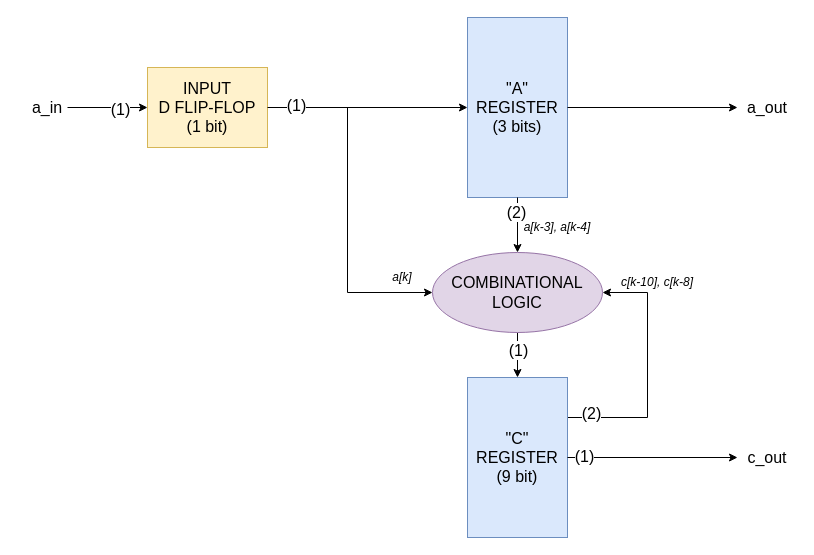
This is docs/diagram.drawio from RiccardoSagramoni/convolutional-code-generator, a draw.io file, before an edit. Source tidied: cells renumbered, new cells numbered last; positions are measured from the earlier drawing's top-left corner, leaving out a move shared by most shapes. Both pictures are drawn from the tidied source at 100%, with x=0, y=0 at pixel (17, 17).
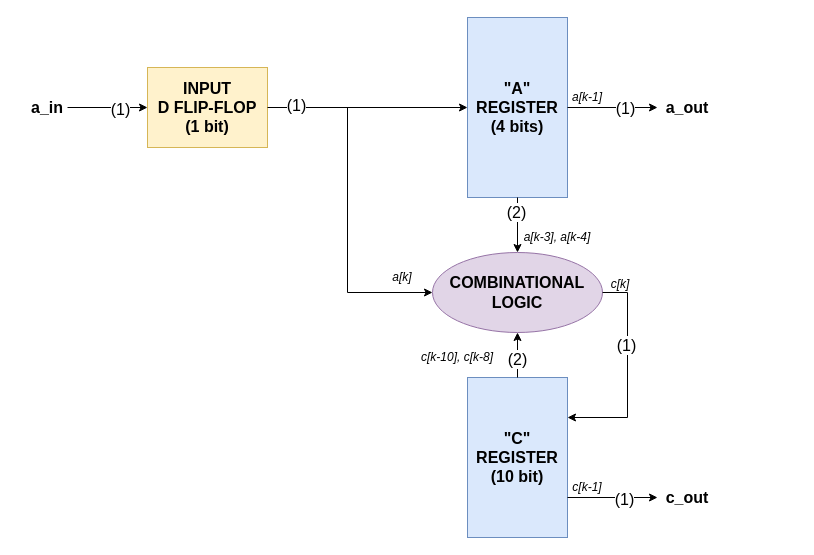
The same page after the edit.

Commit message (it also covers changes not shown here):
Fix testbench shift register

The edit, as a diff of the source:
```diff
@@
-    <mxCell id="2" value="&lt;span&gt;INPUT&lt;/span&gt;&lt;br&gt;&lt;span&gt;D FLIP-FLOP&lt;br&gt;(1 bit)&lt;/span&gt;" style="rounded=0;whiteSpace=wrap;html=1;fontSize=16;fillColor=#fff2cc;strokeColor=#d6b656;" parent="1" vertex="1">
+    <mxCell id="2" value="&lt;span&gt;INPUT&lt;/span&gt;&lt;br&gt;&lt;span&gt;D FLIP-FLOP&lt;br&gt;(1 bit)&lt;/span&gt;" style="rounded=0;whiteSpace=wrap;html=1;fontSize=16;fillColor=#fff2cc;strokeColor=#d6b656;fontStyle=1;" parent="1" vertex="1">
       <mxGeometry x="130" y="50" width="120" height="80" as="geometry" />
     </mxCell>
-    <mxCell id="3" value="&quot;A&quot;&lt;br&gt;REGISTER&lt;br&gt;(3 bits)" style="rounded=0;whiteSpace=wrap;html=1;fontSize=16;fillColor=#dae8fc;strokeColor=#6c8ebf;" parent="1" vertex="1">
-      <mxGeometry x="450" width="100" height="180" as="geometry" />
-    </mxCell>
-    <mxCell id="4" style="edgeStyle=orthogonalEdgeStyle;rounded=0;jettySize=auto;html=1;exitX=1;exitY=0.25;exitDx=0;exitDy=0;fontSize=16;entryX=1;entryY=0.5;entryDx=0;entryDy=0;" parent="1" edge="1" source="6" target="15">
-      <mxGeometry relative="1" as="geometry">
-        <Array as="points">
-          <mxPoint x="630" y="400" />
-          <mxPoint x="630" y="275" />
-        </Array>
-      </mxGeometry>
-    </mxCell>
-    <mxCell id="5" value="(2)" style="edgeLabel;html=1;align=center;verticalAlign=middle;fontSize=16;" parent="4" vertex="1">
-      <mxGeometry x="-0.82" y="5" relative="1" as="geometry" />
-    </mxCell>
-    <mxCell id="6" value="&quot;C&quot;&lt;br&gt;REGISTER&lt;br&gt;(9 bit)" style="rounded=0;whiteSpace=wrap;html=1;fontSize=16;fillColor=#dae8fc;strokeColor=#6c8ebf;" parent="1" vertex="1">
-      <mxGeometry x="450" y="360" width="100" height="160" as="geometry" />
-    </mxCell>
-    <mxCell id="7" style="endArrow=classic;html=1;rounded=0;fontSize=16;entryX=0;entryY=0.5;entryDx=0;entryDy=0;" parent="1" edge="1" target="2">
-      <mxGeometry relative="1" as="geometry">
-        <mxPoint x="50" y="90" as="sourcePoint" />
-      </mxGeometry>
-    </mxCell>
-    <mxCell id="8" value="(1)" style="edgeLabel;html=1;align=center;verticalAlign=middle;fontSize=16;" parent="7" vertex="1">
-      <mxGeometry x="0.29" y="-1" relative="1" as="geometry" />
-    </mxCell>
+    <mxCell id="26" value="&quot;A&quot;&lt;br&gt;REGISTER&lt;br&gt;(4 bits)" style="rounded=0;whiteSpace=wrap;html=1;fontSize=16;fillColor=#dae8fc;strokeColor=#6c8ebf;fontStyle=1;" parent="1" vertex="1">
+      <mxGeometry x="450" width="100" height="180" as="geometry" />
+    </mxCell>
+    <mxCell id="27" value="&quot;C&quot;&lt;br&gt;REGISTER&lt;br&gt;(10 bit)" style="rounded=0;whiteSpace=wrap;html=1;fontSize=16;fillColor=#dae8fc;strokeColor=#6c8ebf;fontStyle=1;" parent="1" vertex="1">
+      <mxGeometry x="450" y="360" width="100" height="160" as="geometry" />
+    </mxCell>
+    <mxCell id="28" style="endArrow=classic;html=1;rounded=0;fontSize=16;entryX=0;entryY=0.5;entryDx=0;entryDy=0;" parent="1" edge="1" target="2">
+      <mxGeometry relative="1" as="geometry">
+        <mxPoint x="50" y="90" as="sourcePoint" />
+      </mxGeometry>
+    </mxCell>
+    <mxCell id="29" value="(1)" style="edgeLabel;html=1;align=center;verticalAlign=middle;fontSize=16;" parent="28" vertex="1">
+      <mxGeometry x="0.29" y="-1" relative="1" as="geometry" />
+    </mxCell>
-    <mxCell id="9" value="a_in" style="text;html=1;strokeColor=none;fillColor=none;align=center;verticalAlign=middle;whiteSpace=wrap;rounded=0;fontSize=16;" parent="1" vertex="1">
+    <mxCell id="9" value="a_in" style="text;html=1;strokeColor=none;fillColor=none;align=center;verticalAlign=middle;whiteSpace=wrap;rounded=0;fontSize=16;fontStyle=1;" parent="1" vertex="1">
       <mxGeometry y="75" width="60" height="30" as="geometry" />
     </mxCell>
-    <mxCell id="10" style="endArrow=classic;html=1;rounded=0;fontSize=16;exitX=1;exitY=0.5;exitDx=0;exitDy=0;entryX=0;entryY=0.5;entryDx=0;entryDy=0;" parent="1" edge="1" source="2" target="3">
-      <mxGeometry relative="1" as="geometry" />
-    </mxCell>
-    <mxCell id="11" value="(1)" style="edgeLabel;html=1;align=center;verticalAlign=middle;fontSize=16;" parent="10" vertex="1">
-      <mxGeometry x="-0.72" y="3" relative="1" as="geometry" />
-    </mxCell>
-    <mxCell id="12" style="endArrow=classic;html=1;rounded=0;fontSize=16;entryX=0;entryY=0.5;entryDx=0;entryDy=0;" parent="1" edge="1" target="15">
-      <mxGeometry relative="1" as="geometry">
-        <mxPoint x="330" y="90" as="sourcePoint" />
-        <Array as="points">
-          <mxPoint x="330" y="275" />
-        </Array>
-      </mxGeometry>
-    </mxCell>
-    <mxCell id="13" style="edgeStyle=orthogonalEdgeStyle;rounded=0;jettySize=auto;html=1;exitX=0.5;exitY=1;exitDx=0;exitDy=0;entryX=0.5;entryY=0;entryDx=0;entryDy=0;fontSize=16;" parent="1" edge="1" source="15" target="6">
-      <mxGeometry relative="1" as="geometry" />
-    </mxCell>
-    <mxCell id="14" value="(1)" style="edgeLabel;html=1;align=center;verticalAlign=middle;fontSize=16;" parent="13" vertex="1">
-      <mxGeometry x="-0.23" relative="1" as="geometry" />
-    </mxCell>
+    <mxCell id="30" style="endArrow=classic;html=1;rounded=0;fontSize=16;exitX=1;exitY=0.5;exitDx=0;exitDy=0;entryX=0;entryY=0.5;entryDx=0;entryDy=0;" parent="1" edge="1" source="2" target="26">
+      <mxGeometry relative="1" as="geometry" />
+    </mxCell>
+    <mxCell id="31" value="(1)" style="edgeLabel;html=1;align=center;verticalAlign=middle;fontSize=16;" parent="30" vertex="1">
+      <mxGeometry x="-0.72" y="3" relative="1" as="geometry" />
+    </mxCell>
+    <mxCell id="32" style="endArrow=classic;html=1;rounded=0;fontSize=16;entryX=0;entryY=0.5;entryDx=0;entryDy=0;" parent="1" edge="1" target="15">
+      <mxGeometry relative="1" as="geometry">
+        <mxPoint x="330" y="90" as="sourcePoint" />
+        <Array as="points">
+          <mxPoint x="330" y="275" />
+        </Array>
+      </mxGeometry>
+    </mxCell>
-    <mxCell id="15" value="COMBINATIONAL&lt;br&gt;LOGIC" style="ellipse;whiteSpace=wrap;html=1;fontSize=16;fillColor=#e1d5e7;strokeColor=#9673a6;" parent="1" vertex="1">
+    <mxCell id="15" value="COMBINATIONAL&lt;br&gt;LOGIC" style="ellipse;whiteSpace=wrap;html=1;fontSize=16;fillColor=#e1d5e7;strokeColor=#9673a6;fontStyle=1;" parent="1" vertex="1">
       <mxGeometry x="415" y="235" width="170" height="80" as="geometry" />
     </mxCell>
-    <mxCell id="16" style="endArrow=classic;html=1;rounded=0;fontSize=16;exitX=0.5;exitY=1;exitDx=0;exitDy=0;entryX=0.5;entryY=0;entryDx=0;entryDy=0;exitPerimeter=0;" parent="1" edge="1" source="3" target="15">
-      <mxGeometry relative="1" as="geometry" />
-    </mxCell>
-    <mxCell id="17" value="(2)" style="edgeLabel;html=1;align=center;verticalAlign=middle;fontSize=16;" parent="16" vertex="1">
-      <mxGeometry x="-0.48" y="-2" relative="1" as="geometry" />
-    </mxCell>
+    <mxCell id="33" style="endArrow=classic;html=1;rounded=0;fontSize=16;exitX=0.5;exitY=1;exitDx=0;exitDy=0;entryX=0.5;entryY=0;entryDx=0;entryDy=0;exitPerimeter=0;" parent="1" edge="1" source="26" target="15">
+      <mxGeometry relative="1" as="geometry" />
+    </mxCell>
+    <mxCell id="34" value="(2)" style="edgeLabel;html=1;align=center;verticalAlign=middle;fontSize=16;" parent="33" vertex="1">
+      <mxGeometry x="-0.48" y="-2" relative="1" as="geometry" />
+    </mxCell>
+    <mxCell id="35" style="endArrow=classic;html=1;rounded=0;fontSize=16;exitX=0.5;exitY=0;exitDx=0;exitDy=0;entryX=0.5;entryY=1;entryDx=0;entryDy=0;" parent="1" edge="1" source="27" target="15">
+      <mxGeometry relative="1" as="geometry" />
+    </mxCell>
+    <mxCell id="36" value="(2)" style="edgeLabel;html=1;align=center;verticalAlign=middle;fontSize=16;" parent="35" vertex="1">
+      <mxGeometry x="-0.17" y="1" relative="1" as="geometry" />
+    </mxCell>
+    <mxCell id="37" style="endArrow=classic;html=1;rounded=0;fontSize=16;entryX=1;entryY=0.25;entryDx=0;entryDy=0;exitX=1;exitY=0.5;exitDx=0;exitDy=0;" parent="1" edge="1" source="15" target="27">
+      <mxGeometry relative="1" as="geometry">
+        <Array as="points">
+          <mxPoint x="610" y="275" />
+          <mxPoint x="610" y="400" />
+        </Array>
+      </mxGeometry>
+    </mxCell>
+    <mxCell id="38" value="&lt;font style=&quot;font-size: 16px&quot;&gt;(1)&lt;/font&gt;" style="edgeLabel;html=1;align=center;verticalAlign=middle;" parent="37" vertex="1">
+      <mxGeometry x="-0.27" y="-2" relative="1" as="geometry" />
+    </mxCell>
-    <mxCell id="18" value="a_out" style="text;html=1;strokeColor=none;fillColor=none;align=center;verticalAlign=middle;whiteSpace=wrap;rounded=0;fontSize=16;" parent="1" vertex="1">
-      <mxGeometry x="720" y="75" width="60" height="30" as="geometry" />
+    <mxCell id="18" value="a_out" style="text;html=1;strokeColor=none;fillColor=none;align=center;verticalAlign=middle;whiteSpace=wrap;rounded=0;fontSize=16;fontStyle=1;" parent="1" vertex="1">
+      <mxGeometry x="640" y="75" width="60" height="30" as="geometry" />
     </mxCell>
-    <mxCell id="19" value="c_out" style="text;html=1;strokeColor=none;fillColor=none;align=center;verticalAlign=middle;whiteSpace=wrap;rounded=0;fontSize=16;" parent="1" vertex="1">
-      <mxGeometry x="720" y="425" width="60" height="30" as="geometry" />
+    <mxCell id="19" value="c_out" style="text;html=1;strokeColor=none;fillColor=none;align=center;verticalAlign=middle;whiteSpace=wrap;rounded=0;fontSize=16;fontStyle=1;" parent="1" vertex="1">
+      <mxGeometry x="640" y="465" width="60" height="30" as="geometry" />
     </mxCell>
-    <mxCell id="20" style="endArrow=classic;html=1;rounded=0;fontSize=16;exitX=1;exitY=0.5;exitDx=0;exitDy=0;entryX=0;entryY=0.5;entryDx=0;entryDy=0;" parent="1" edge="1" source="3" target="18">
-      <mxGeometry relative="1" as="geometry" />
-    </mxCell>
-    <mxCell id="21" style="endArrow=classic;html=1;rounded=0;fontSize=16;entryX=0;entryY=0.5;entryDx=0;entryDy=0;exitX=1;exitY=0.5;exitDx=0;exitDy=0;" parent="1" edge="1" source="6" target="19">
-      <mxGeometry relative="1" as="geometry" />
-    </mxCell>
-    <mxCell id="22" value="(1)" style="edgeLabel;html=1;align=center;verticalAlign=middle;fontSize=16;" parent="21" vertex="1">
-      <mxGeometry x="-0.81" y="2" relative="1" as="geometry" />
-    </mxCell>
+    <mxCell id="39" style="endArrow=classic;html=1;rounded=0;fontSize=16;exitX=1;exitY=0.5;exitDx=0;exitDy=0;entryX=0;entryY=0.5;entryDx=0;entryDy=0;" parent="1" edge="1" source="26" target="18">
+      <mxGeometry relative="1" as="geometry" />
+    </mxCell>
+    <mxCell id="40" value="&lt;font style=&quot;font-size: 16px;&quot;&gt;(1)&lt;/font&gt;" style="edgeLabel;html=1;align=center;verticalAlign=middle;fontSize=16;" parent="39" vertex="1">
+      <mxGeometry x="0.36" y="-2" relative="1" as="geometry">
+        <mxPoint x="-4" y="-2" as="offset" />
+      </mxGeometry>
+    </mxCell>
+    <mxCell id="41" style="endArrow=classic;html=1;rounded=0;fontSize=16;exitX=1;exitY=0.75;exitDx=0;exitDy=0;entryX=0;entryY=0.5;entryDx=0;entryDy=0;" parent="1" edge="1" source="27" target="19">
+      <mxGeometry relative="1" as="geometry" />
+    </mxCell>
+    <mxCell id="42" value="(1)" style="edgeLabel;html=1;align=center;verticalAlign=middle;fontSize=16;" parent="41" vertex="1">
+      <mxGeometry x="-0.38" y="-1" relative="1" as="geometry">
+        <mxPoint x="28" as="offset" />
+      </mxGeometry>
+    </mxCell>
+    <mxCell id="25" value="&lt;i&gt;a[k]&lt;/i&gt;" style="text;html=1;strokeColor=none;fillColor=none;align=center;verticalAlign=middle;whiteSpace=wrap;rounded=0;" parent="1" vertex="1">
+      <mxGeometry x="370" y="250" width="30" height="20" as="geometry" />
+    </mxCell>
     <mxCell id="23" value="&lt;i&gt;a[k-3], a[k-4]&lt;/i&gt;" style="text;html=1;strokeColor=none;fillColor=none;align=center;verticalAlign=middle;whiteSpace=wrap;rounded=0;" parent="1" vertex="1">
-      <mxGeometry x="500" y="200" width="80" height="20" as="geometry" />
+      <mxGeometry x="500" y="210" width="80" height="20" as="geometry" />
     </mxCell>
     <mxCell id="24" value="&lt;i&gt;c[k-10], c[k-8]&lt;/i&gt;" style="text;html=1;strokeColor=none;fillColor=none;align=center;verticalAlign=middle;whiteSpace=wrap;rounded=0;" parent="1" vertex="1">
-      <mxGeometry x="600" y="255" width="80" height="20" as="geometry" />
+      <mxGeometry x="400" y="330" width="80" height="20" as="geometry" />
     </mxCell>
-    <mxCell id="25" value="&lt;i&gt;a[k]&lt;/i&gt;" style="text;html=1;strokeColor=none;fillColor=none;align=center;verticalAlign=middle;whiteSpace=wrap;rounded=0;" parent="1" vertex="1">
-      <mxGeometry x="370" y="250" width="30" height="20" as="geometry" />
-    </mxCell>
+    <mxCell id="43" value="&lt;i&gt;a[k-1]&lt;/i&gt;" style="text;html=1;strokeColor=none;fillColor=none;align=center;verticalAlign=middle;whiteSpace=wrap;rounded=0;" parent="1" vertex="1">
+      <mxGeometry x="550" y="70" width="40" height="20" as="geometry" />
+    </mxCell>
+    <mxCell id="44" value="&lt;i&gt;c[k-1]&lt;/i&gt;" style="text;html=1;strokeColor=none;fillColor=none;align=center;verticalAlign=middle;whiteSpace=wrap;rounded=0;" parent="1" vertex="1">
+      <mxGeometry x="550" y="460" width="40" height="20" as="geometry" />
+    </mxCell>
+    <mxCell id="45" value="&lt;i&gt;c[k]&lt;/i&gt;" style="text;html=1;strokeColor=none;fillColor=none;align=center;verticalAlign=middle;whiteSpace=wrap;rounded=0;" parent="1" vertex="1">
+      <mxGeometry x="583" y="261" width="40" height="12" as="geometry" />
+    </mxCell>
```
